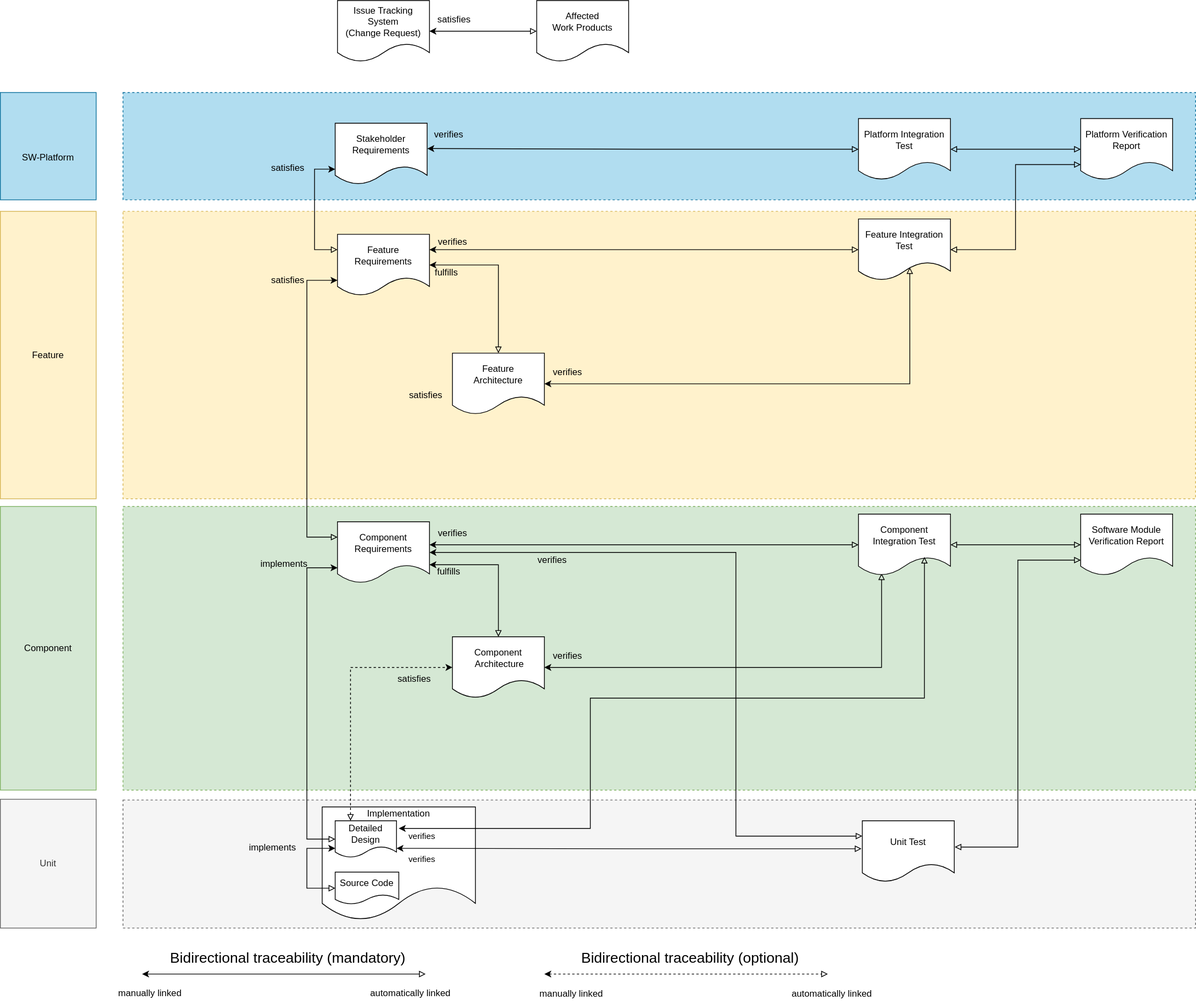
This is main/_images/score_traceability_model_wp_overview.drawio.svg from eclipse-score/process_description, a draw.io export, as it was before one commit. Source tidied: cells renumbered, new cells last; positions are measured from the earlier drawing's top-left corner, leaving out a move shared by most shapes.
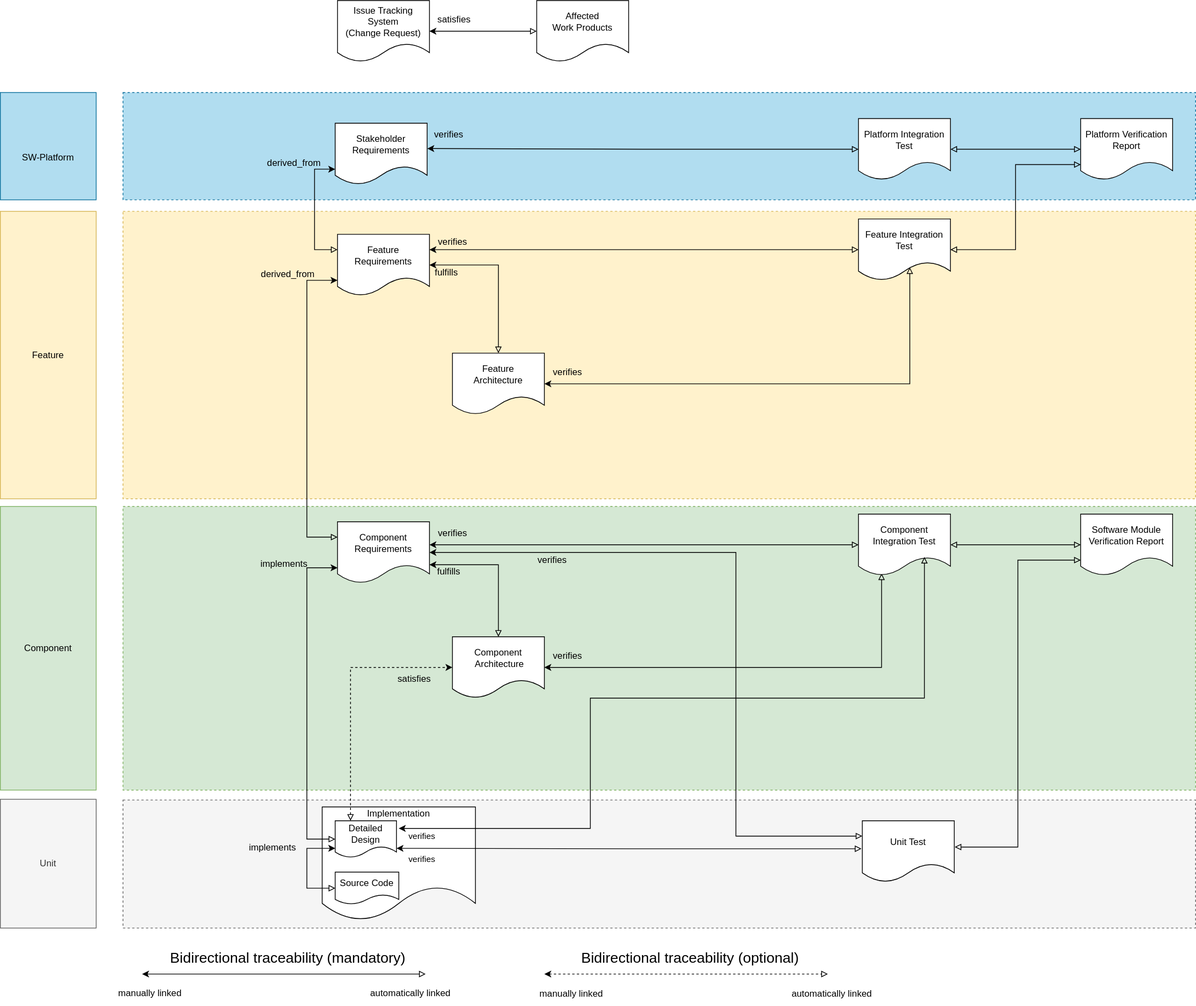
Later version of the same file.

Diff of the diagram source:
```diff
@@ -212,11 +212,11 @@
     <mxCell id="52" value="automatically linked" style="text;html=1;align=center;verticalAlign=middle;strokeColor=none;fillColor=none;" parent="1" vertex="1">
       <mxGeometry x="1020" y="1281" width="130" height="30" as="geometry" />
     </mxCell>
-    <mxCell id="53" value="satisfies" style="text;html=1;align=center;verticalAlign=middle;strokeColor=none;fillColor=none;" parent="1" vertex="1">
-      <mxGeometry x="340" y="204" width="70" height="30" as="geometry" />
+    <mxCell id="53" value="derived_from" style="text;html=1;align=center;verticalAlign=middle;strokeColor=none;fillColor=none;" parent="1" vertex="1">
+      <mxGeometry x="338" y="197" width="90" height="30" as="geometry" />
     </mxCell>
-    <mxCell id="54" value="satisfies" style="text;html=1;align=center;verticalAlign=middle;strokeColor=none;fillColor=none;" parent="1" vertex="1">
-      <mxGeometry x="340" y="350" width="70" height="30" as="geometry" />
+    <mxCell id="54" value="derived_from" style="text;html=1;align=center;verticalAlign=middle;strokeColor=none;fillColor=none;" parent="1" vertex="1">
+      <mxGeometry x="330" y="342" width="90" height="30" as="geometry" />
     </mxCell>
     <mxCell id="55" value="implements" style="text;html=1;align=center;verticalAlign=middle;strokeColor=none;fillColor=none;" parent="1" vertex="1">
       <mxGeometry x="330" y="720" width="80" height="30" as="geometry" />
@@ -224,9 +224,6 @@
     <mxCell id="56" value="implements" style="text;html=1;align=center;verticalAlign=middle;strokeColor=none;fillColor=none;" parent="1" vertex="1">
       <mxGeometry x="315" y="1090" width="80" height="30" as="geometry" />
     </mxCell>
-    <mxCell id="57" value="satisfies" style="text;html=1;align=center;verticalAlign=middle;strokeColor=none;fillColor=none;" parent="1" vertex="1">
-      <mxGeometry x="520" y="500" width="70" height="30" as="geometry" />
-    </mxCell>
     <mxCell id="58" value="satisfies" style="text;html=1;align=center;verticalAlign=middle;strokeColor=none;fillColor=none;" parent="1" vertex="1">
       <mxGeometry x="505" y="870" width="70" height="30" as="geometry" />
     </mxCell>
```
